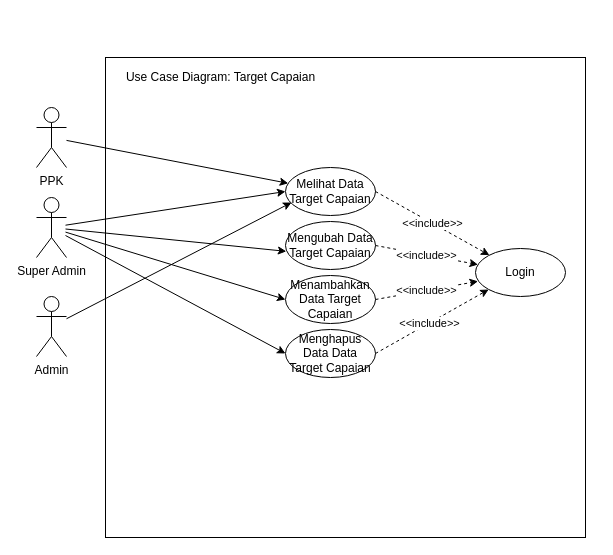
The draw.io diagram page "Target Capaian" (6 of 13) of screenshot/usecasediagram.drawio in ilhamtaufiq/simspald, before the edit. Source tidied: cells renumbered, new cells numbered last; positions are measured from the earlier drawing's top-left corner, leaving out a move shared by most shapes. Both pictures are drawn from the tidied source at 100%, with x=0, y=0 at pixel (36, 57).
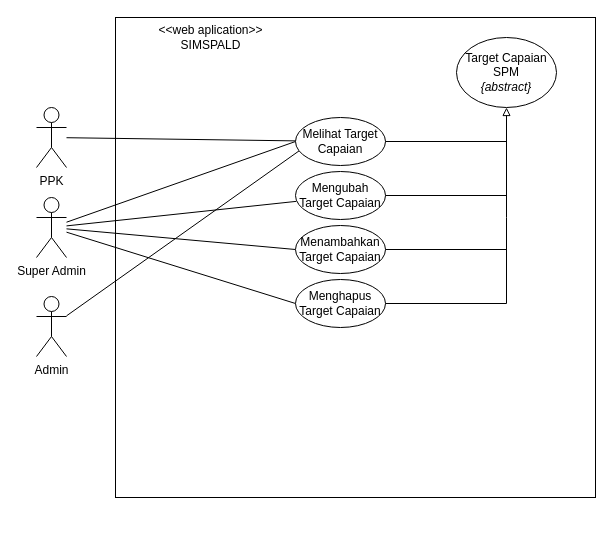
Above is the later version.

Unchanged cells that the change refers to:
```xml
<mxCell id="19" value="Super Admin" style="shape=umlActor;verticalLabelPosition=bottom;verticalAlign=top;html=1;outlineConnect=0;" parent="1" vertex="1">
  <mxGeometry y="140" width="30" height="60" as="geometry" />
</mxCell>
<mxCell id="21" value="Admin" style="shape=umlActor;verticalLabelPosition=bottom;verticalAlign=top;html=1;outlineConnect=0;" parent="1" vertex="1">
  <mxGeometry y="239" width="30" height="60" as="geometry" />
</mxCell>
<mxCell id="23" value="PPK" style="shape=umlActor;verticalLabelPosition=bottom;verticalAlign=top;html=1;outlineConnect=0;fillColor=none;" parent="1" vertex="1">
  <mxGeometry y="50" width="30" height="60" as="geometry" />
</mxCell>
```

Change to the diagram source:
```diff
@@
-    <mxCell id="2" style="whiteSpace=wrap;html=1;fillColor=none;" parent="1" vertex="1">
-      <mxGeometry x="69" width="480" height="480" as="geometry" />
-    </mxCell>
-    <mxCell id="3" style="rounded=0;jettySize=auto;html=1;entryX=0;entryY=0.5;entryDx=0;entryDy=0;" parent="1" edge="1" target="8">
-      <mxGeometry relative="1" as="geometry">
-        <mxPoint x="29" y="167.7" as="sourcePoint" />
-      </mxGeometry>
-    </mxCell>
-    <mxCell id="4" style="edgeStyle=none;rounded=0;jettySize=auto;html=1;entryX=0.009;entryY=0.378;entryDx=0;entryDy=0;entryPerimeter=0;strokeColor=#000000;" parent="1" edge="1" target="9">
-      <mxGeometry relative="1" as="geometry">
-        <mxPoint x="29" y="171.5" as="sourcePoint" />
-      </mxGeometry>
-    </mxCell>
-    <mxCell id="5" style="edgeStyle=none;rounded=0;jettySize=auto;html=1;entryX=0;entryY=0.5;entryDx=0;entryDy=0;strokeColor=#000000;" parent="1" edge="1" target="11">
-      <mxGeometry relative="1" as="geometry">
-        <mxPoint x="29" y="174.6" as="sourcePoint" />
-      </mxGeometry>
-    </mxCell>
-    <mxCell id="6" style="edgeStyle=none;rounded=0;jettySize=auto;html=1;entryX=0;entryY=0.5;entryDx=0;entryDy=0;strokeColor=#000000;" parent="1" edge="1" target="10">
-      <mxGeometry relative="1" as="geometry">
-        <mxPoint x="29" y="178" as="sourcePoint" />
-      </mxGeometry>
-    </mxCell>
-    <mxCell id="7" style="group;" parent="1" vertex="1">
-      <mxGeometry x="249" y="110" width="90" height="210" as="geometry" />
-    </mxCell>
-    <mxCell id="8" value="Melihat Data Target Capaian" style="ellipse;whiteSpace=wrap;html=1;flipV=1;" parent="7" vertex="1">
-      <mxGeometry width="90" height="48" as="geometry" />
-    </mxCell>
-    <mxCell id="9" value="Mengubah Data Target Capaian" style="ellipse;whiteSpace=wrap;html=1;flipV=1;" parent="7" vertex="1">
-      <mxGeometry y="54" width="90" height="48" as="geometry" />
-    </mxCell>
-    <mxCell id="10" value="Menghapus Data Data Target Capaian" style="ellipse;whiteSpace=wrap;html=1;flipV=1;" parent="7" vertex="1">
-      <mxGeometry y="162" width="90" height="48" as="geometry" />
-    </mxCell>
-    <mxCell id="11" value="Menambahkan Data Target Capaian" style="ellipse;whiteSpace=wrap;html=1;flipV=1;" parent="7" vertex="1">
-      <mxGeometry y="108" width="90" height="48" as="geometry" />
-    </mxCell>
-    <mxCell id="12" value="Login" style="ellipse;whiteSpace=wrap;html=1;flipV=1;" parent="1" vertex="1">
-      <mxGeometry x="439" y="191" width="90" height="48" as="geometry" />
-    </mxCell>
-    <mxCell id="13" value="&amp;lt;&amp;lt;include&amp;gt;&amp;gt;" style="edgeStyle=none;rounded=0;jettySize=auto;html=1;exitX=1;exitY=0.5;exitDx=0;exitDy=0;strokeColor=#000000;dashed=1;shadow=0;" parent="1" edge="1" source="8" target="12">
-      <mxGeometry relative="1" as="geometry" />
-    </mxCell>
-    <mxCell id="14" value="&amp;lt;&amp;lt;include&amp;gt;&amp;gt;" style="edgeStyle=none;rounded=0;jettySize=auto;html=1;exitX=1;exitY=0.5;exitDx=0;exitDy=0;dashed=1;strokeColor=#000000;" parent="1" edge="1" source="9" target="12">
-      <mxGeometry relative="1" as="geometry" />
-    </mxCell>
-    <mxCell id="15" value="&amp;lt;&amp;lt;include&amp;gt;&amp;gt;" style="edgeStyle=none;rounded=0;jettySize=auto;html=1;exitX=1;exitY=0.5;exitDx=0;exitDy=0;entryX=0.028;entryY=0.316;entryDx=0;entryDy=0;entryPerimeter=0;dashed=1;strokeColor=#000000;" parent="1" edge="1" source="11" target="12">
-      <mxGeometry relative="1" as="geometry" />
-    </mxCell>
-    <mxCell id="16" style="edgeStyle=none;rounded=0;jettySize=auto;html=1;exitX=1;exitY=0.5;exitDx=0;exitDy=0;entryX=0;entryY=1;entryDx=0;entryDy=0;dashed=1;strokeColor=#000000;" parent="1" edge="1" source="10" target="12">
-      <mxGeometry relative="1" as="geometry" />
-    </mxCell>
-    <mxCell id="17" value="&amp;lt;&amp;lt;include&amp;gt;&amp;gt;" style="edgeLabel;html=1;align=center;verticalAlign=middle;" parent="16" vertex="1">
-      <mxGeometry x="-0.06" relative="1" as="geometry" />
-    </mxCell>
-    <mxCell id="18" value="Use Case Diagram: Target Capaian" style="text;html=1;strokeColor=none;fillColor=none;align=center;verticalAlign=middle;whiteSpace=wrap;rounded=0;" parent="1" vertex="1">
-      <mxGeometry x="69" y="10" width="231" height="20" as="geometry" />
-    </mxCell>
+    <mxCell id="24" style="whiteSpace=wrap;html=1;fillColor=none;" parent="1" vertex="1">
+      <mxGeometry x="79" y="-40" width="480" height="480" as="geometry" />
+    </mxCell>
+    <mxCell id="25" style="rounded=0;jettySize=auto;html=1;entryX=0;entryY=0.5;entryDx=0;entryDy=0;endArrow=none;endFill=0;" parent="1" edge="1" source="19" target="31">
+      <mxGeometry relative="1" as="geometry" />
+    </mxCell>
+    <mxCell id="26" style="edgeStyle=none;rounded=0;jettySize=auto;html=1;entryX=0.009;entryY=0.378;entryDx=0;entryDy=0;entryPerimeter=0;strokeColor=#000000;endArrow=none;endFill=0;" parent="1" edge="1" source="19" target="32">
+      <mxGeometry relative="1" as="geometry" />
+    </mxCell>
+    <mxCell id="27" style="edgeStyle=none;rounded=0;jettySize=auto;html=1;entryX=0;entryY=0.5;entryDx=0;entryDy=0;strokeColor=#000000;endArrow=none;endFill=0;" parent="1" edge="1" source="19" target="34">
+      <mxGeometry relative="1" as="geometry" />
+    </mxCell>
+    <mxCell id="28" style="edgeStyle=none;rounded=0;jettySize=auto;html=1;entryX=0;entryY=0.5;entryDx=0;entryDy=0;strokeColor=#000000;endArrow=none;endFill=0;" parent="1" edge="1" source="19" target="33">
+      <mxGeometry relative="1" as="geometry" />
+    </mxCell>
@@
-    <mxCell id="20" style="edgeStyle=none;rounded=0;jettySize=auto;html=1;entryX=0.067;entryY=0.271;entryDx=0;entryDy=0;entryPerimeter=0;shadow=0;strokeColor=#000000;" parent="1" edge="1" source="21" target="8">
-      <mxGeometry relative="1" as="geometry" />
-    </mxCell>
+    <mxCell id="29" style="edgeStyle=none;rounded=0;jettySize=auto;html=1;entryX=0.046;entryY=0.313;entryDx=0;entryDy=0;entryPerimeter=0;strokeColor=#000000;endArrow=none;endFill=0;" parent="1" edge="1" source="21" target="31">
+      <mxGeometry relative="1" as="geometry" />
+    </mxCell>
@@
-    <mxCell id="22" style="edgeStyle=none;rounded=0;jettySize=auto;html=1;shadow=0;strokeColor=#000000;" parent="1" edge="1" source="23" target="8">
-      <mxGeometry relative="1" as="geometry" />
-    </mxCell>
+    <mxCell id="30" style="group;" parent="1" vertex="1">
+      <mxGeometry x="259" y="60" width="90" height="210" as="geometry" />
+    </mxCell>
+    <mxCell id="31" value="Melihat Target Capaian" style="ellipse;whiteSpace=wrap;html=1;flipV=1;" parent="30" vertex="1">
+      <mxGeometry width="90" height="48" as="geometry" />
+    </mxCell>
+    <mxCell id="32" value="Mengubah Target Capaian" style="ellipse;whiteSpace=wrap;html=1;flipV=1;" parent="30" vertex="1">
+      <mxGeometry y="54" width="90" height="48" as="geometry" />
+    </mxCell>
+    <mxCell id="33" value="Menghapus Target Capaian" style="ellipse;whiteSpace=wrap;html=1;flipV=1;" parent="30" vertex="1">
+      <mxGeometry y="162" width="90" height="48" as="geometry" />
+    </mxCell>
+    <mxCell id="34" value="Menambahkan Target Capaian" style="ellipse;whiteSpace=wrap;html=1;flipV=1;" parent="30" vertex="1">
+      <mxGeometry y="108" width="90" height="48" as="geometry" />
+    </mxCell>
+    <mxCell id="35" style="edgeStyle=none;rounded=0;jettySize=auto;html=1;shadow=0;strokeColor=#000000;endArrow=none;endFill=0;" parent="1" edge="1" source="23" target="31">
+      <mxGeometry relative="1" as="geometry" />
+    </mxCell>
@@
+    <mxCell id="36" value="&lt;div&gt;&amp;lt;&amp;lt;web aplication&amp;gt;&amp;gt;&lt;/div&gt;&lt;div&gt;SIMSPALD&lt;br&gt;&lt;/div&gt;" style="text;html=1;strokeColor=none;fillColor=none;align=center;verticalAlign=middle;whiteSpace=wrap;rounded=0;" parent="1" vertex="1">
+      <mxGeometry x="79" y="-40" width="191" height="40" as="geometry" />
+    </mxCell>
+    <mxCell id="37" style="edgeStyle=none;rounded=0;jettySize=auto;html=1;entryX=0.5;entryY=1;entryDx=0;entryDy=0;shadow=0;startArrow=none;startFill=0;endArrow=block;endFill=0;strokeColor=#000000;exitX=1;exitY=0.5;exitDx=0;exitDy=0;" parent="1" edge="1" source="33">
+      <mxGeometry relative="1" as="geometry">
+        <mxPoint x="470" y="50" as="targetPoint" />
+        <Array as="points">
+          <mxPoint x="470" y="246" />
+          <mxPoint x="470" y="160" />
+        </Array>
+      </mxGeometry>
+    </mxCell>
+    <mxCell id="38" style="edgeStyle=none;rounded=0;jettySize=auto;html=1;shadow=0;startArrow=none;startFill=0;endArrow=none;endFill=0;strokeColor=#000000;" parent="1" edge="1" source="34">
+      <mxGeometry relative="1" as="geometry">
+        <mxPoint x="470" y="192" as="targetPoint" />
+      </mxGeometry>
+    </mxCell>
+    <mxCell id="39" style="edgeStyle=none;rounded=0;jettySize=auto;html=1;shadow=0;startArrow=none;startFill=0;endArrow=none;endFill=0;strokeColor=#000000;" parent="1" edge="1" source="32">
+      <mxGeometry relative="1" as="geometry">
+        <mxPoint x="470" y="138" as="targetPoint" />
+      </mxGeometry>
+    </mxCell>
+    <mxCell id="40" style="edgeStyle=none;rounded=0;jettySize=auto;html=1;shadow=0;startArrow=none;startFill=0;endArrow=none;endFill=0;strokeColor=#000000;" parent="1" edge="1" source="31">
+      <mxGeometry relative="1" as="geometry">
+        <mxPoint x="470" y="84" as="targetPoint" />
+      </mxGeometry>
+    </mxCell>
+    <mxCell id="41" value="&lt;div&gt;Target Capaian SPM&lt;br&gt;&lt;/div&gt;&lt;div&gt;&lt;i&gt;{abstract}&lt;/i&gt;&lt;br&gt;&lt;/div&gt;" style="ellipse;whiteSpace=wrap;html=1;fillColor=none;" parent="1" vertex="1">
+      <mxGeometry x="420" y="-20" width="100" height="70" as="geometry" />
+    </mxCell>
```
